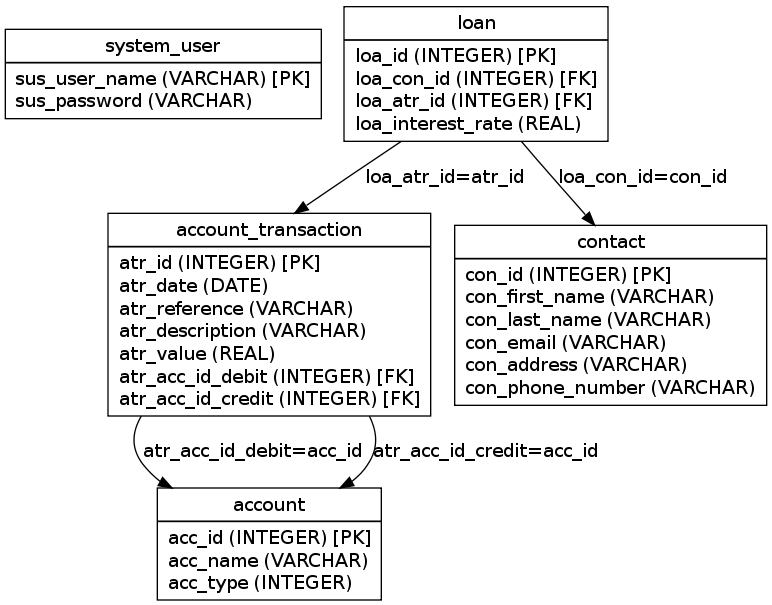
This is graph/propel.schema.png from MisterToby/Zahler, a Graphviz export, as it was before one commit. Its source is kept beside it as graph/propel.schema.dot. Source of this version:
```dot
digraph G {
nodesystem_user [label="{<table>system_user|<cols>sus_user_name (VARCHAR) [PK]\lsus_password (VARCHAR)\l}", shape=record];
nodeaccount [label="{<table>account|<cols>acc_id (INTEGER) [PK]\lacc_name (VARCHAR)\lacc_type (INTEGER)\l}", shape=record];
nodeaccount_transaction [label="{<table>account_transaction|<cols>atr_id (INTEGER) [PK]\latr_date (DATE)\latr_reference (VARCHAR)\latr_description (VARCHAR)\latr_value (REAL)\latr_acc_id_debit (INTEGER) [FK]\latr_acc_id_credit (INTEGER) [FK]\l}", shape=record];
nodecontact [label="{<table>contact|<cols>con_id (INTEGER) [PK]\lcon_first_name (VARCHAR)\lcon_last_name (VARCHAR)\lcon_email (VARCHAR)\lcon_address (VARCHAR)\lcon_phone_number (VARCHAR)\l}", shape=record];
nodeloan [label="{<table>loan|<cols>loa_id (INTEGER) [PK]\lloa_con_id (INTEGER) [FK]\lloa_atr_id (INTEGER) [FK]\lloa_interest_rate (REAL)\l}", shape=record];

nodeaccount_transaction:cols -> nodeaccount:table [label="atr_acc_id_debit=acc_id "];
nodeaccount_transaction:cols -> nodeaccount:table [label="atr_acc_id_credit=acc_id "];
nodeloan:cols -> nodecontact:table [label="loa_con_id=con_id "];
nodeloan:cols -> nodeaccount_transaction:table [label="loa_atr_id=atr_id "];
}
```
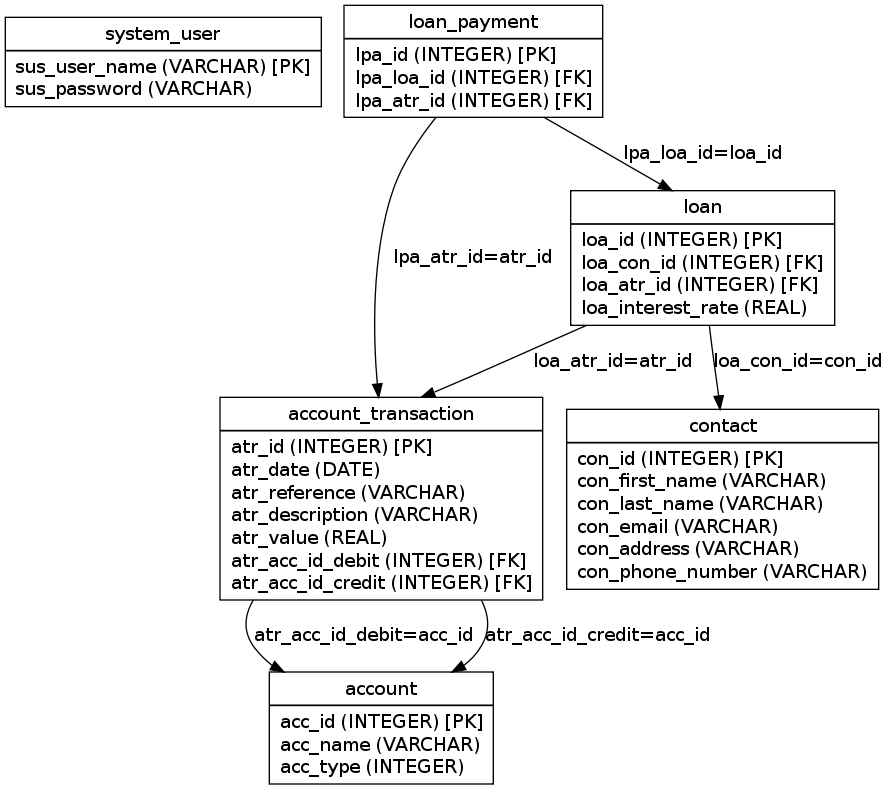
The same file after the commit.

What changed in the source:
```diff
@@ -4,9 +4,12 @@
 nodeaccount_transaction [label="{<table>account_transaction|<cols>atr_id (INTEGER) [PK]\latr_date (DATE)\latr_reference (VARCHAR)\latr_description (VARCHAR)\latr_value (REAL)\latr_acc_id_debit (INTEGER) [FK]\latr_acc_id_credit (INTEGER) [FK]\l}", shape=record];
 nodecontact [label="{<table>contact|<cols>con_id (INTEGER) [PK]\lcon_first_name (VARCHAR)\lcon_last_name (VARCHAR)\lcon_email (VARCHAR)\lcon_address (VARCHAR)\lcon_phone_number (VARCHAR)\l}", shape=record];
 nodeloan [label="{<table>loan|<cols>loa_id (INTEGER) [PK]\lloa_con_id (INTEGER) [FK]\lloa_atr_id (INTEGER) [FK]\lloa_interest_rate (REAL)\l}", shape=record];
+nodeloan_payment [label="{<table>loan_payment|<cols>lpa_id (INTEGER) [PK]\llpa_loa_id (INTEGER) [FK]\llpa_atr_id (INTEGER) [FK]\l}", shape=record];
 
 nodeaccount_transaction:cols -> nodeaccount:table [label="atr_acc_id_debit=acc_id "];
 nodeaccount_transaction:cols -> nodeaccount:table [label="atr_acc_id_credit=acc_id "];
 nodeloan:cols -> nodecontact:table [label="loa_con_id=con_id "];
 nodeloan:cols -> nodeaccount_transaction:table [label="loa_atr_id=atr_id "];
+nodeloan_payment:cols -> nodeloan:table [label="lpa_loa_id=loa_id "];
+nodeloan_payment:cols -> nodeaccount_transaction:table [label="lpa_atr_id=atr_id "];
 }
```
